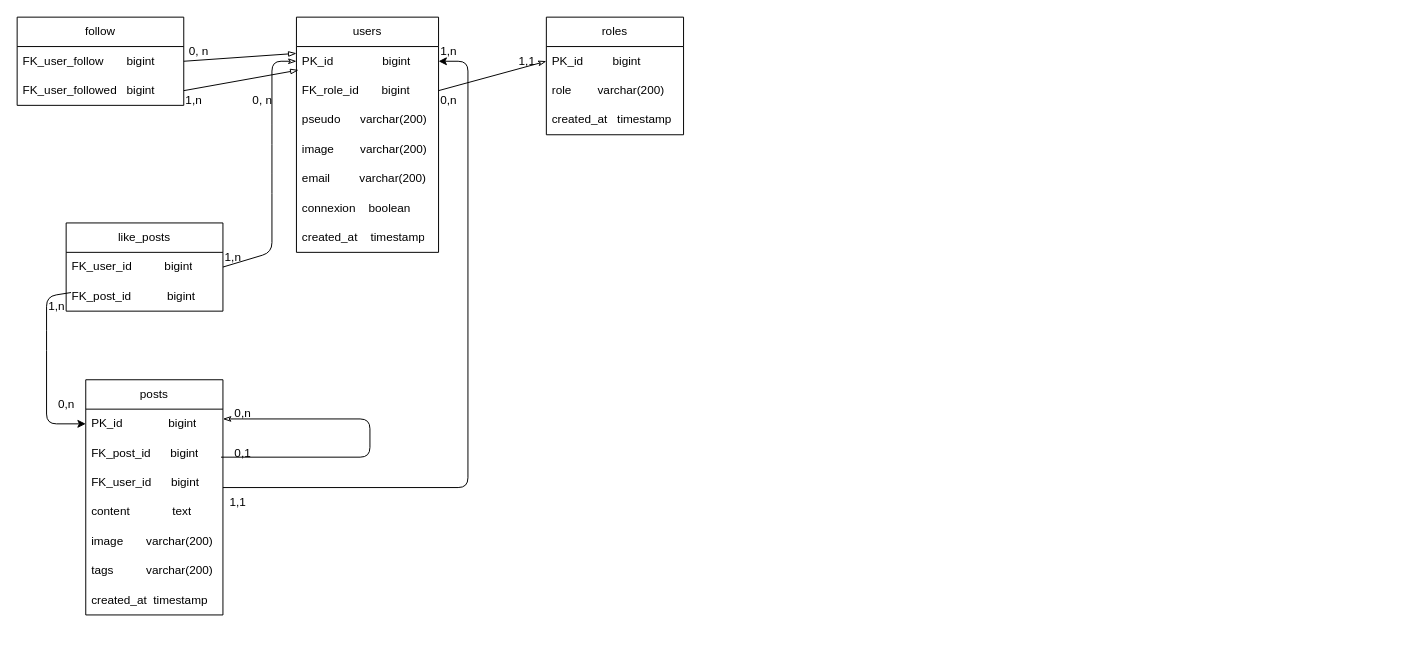
SFaucher26/brief4 keeps this draw.io diagram as MPD.drawio. Above is the earlier version. Source tidied: cells renumbered, new cells numbered last; positions are measured from the earlier drawing's top-left corner, leaving out a move shared by most shapes. Both pictures are drawn from the tidied source at 98%, with x=0, y=0 at pixel (17, 17).
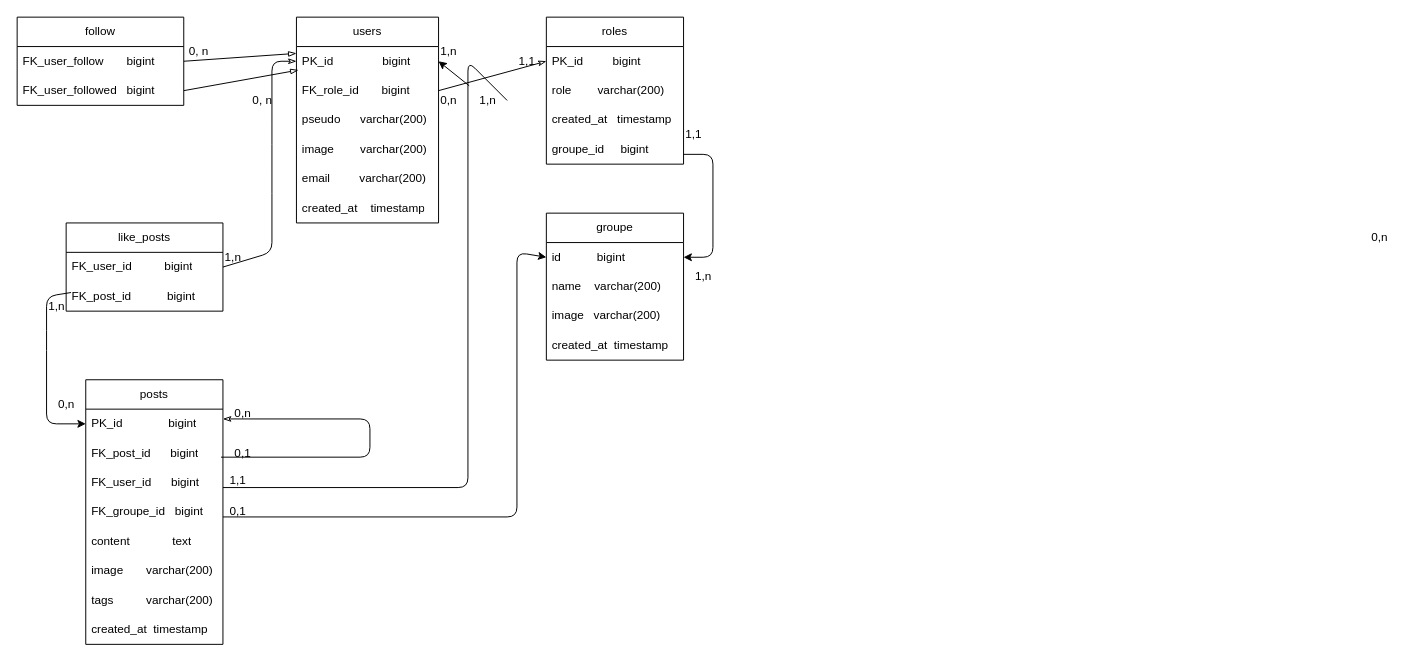
After the change.

Unchanged cells that the change refers to:
```xml
<mxCell id="3" value="PK_id&amp;nbsp; &amp;nbsp; &amp;nbsp; &amp;nbsp; &amp;nbsp; &amp;nbsp; &amp;nbsp; &amp;nbsp;bigint" style="text;strokeColor=none;fillColor=none;align=left;verticalAlign=middle;spacingLeft=4;spacingRight=4;overflow=hidden;points=[[0,0.5],[1,0.5]];portConstraint=eastwest;whiteSpace=wrap;html=1;" parent="2" vertex="1">
  <mxGeometry y="30" width="145" height="30" as="geometry" />
</mxCell>
```

What changed in the source:
```diff
@@
     <mxCell id="2" value="users" style="swimlane;fontStyle=0;horizontal=1;startSize=30;whiteSpace=wrap;html=1;" parent="1" vertex="1">
-      <mxGeometry x="285" width="145" height="240" as="geometry" />
+      <mxGeometry x="285" width="145" height="210" as="geometry" />
     </mxCell>
@@
-    <mxCell id="8" value="connexion&amp;nbsp; &amp;nbsp; boolean" style="text;strokeColor=none;fillColor=none;align=left;verticalAlign=middle;spacingLeft=4;spacingRight=4;overflow=hidden;whiteSpace=wrap;html=1;" parent="2" vertex="1">
-      <mxGeometry y="180" width="145" height="30" as="geometry" />
-    </mxCell>
     <mxCell id="9" value="created_at&amp;nbsp; &amp;nbsp; timestamp" style="text;strokeColor=none;fillColor=none;align=left;verticalAlign=middle;spacingLeft=4;spacingRight=4;overflow=hidden;whiteSpace=wrap;html=1;" parent="2" vertex="1">
-      <mxGeometry y="210" width="145" height="30" as="geometry" />
+      <mxGeometry y="180" width="145" height="30" as="geometry" />
     </mxCell>
     <mxCell id="10" value="posts" style="swimlane;fontStyle=0;horizontal=1;startSize=30;whiteSpace=wrap;html=1;" parent="1" vertex="1">
-      <mxGeometry x="70" y="370" width="140" height="240" as="geometry" />
+      <mxGeometry x="70" y="370" width="140" height="270" as="geometry" />
     </mxCell>
@@
+    <mxCell id="47" value="FK_groupe_id&amp;nbsp; &amp;nbsp;bigint" style="text;strokeColor=none;fillColor=none;align=left;verticalAlign=middle;spacingLeft=4;spacingRight=4;overflow=hidden;whiteSpace=wrap;html=1;" parent="10" vertex="1">
+      <mxGeometry y="120" width="140" height="30" as="geometry" />
+    </mxCell>
     <mxCell id="14" value="content&amp;nbsp; &amp;nbsp; &amp;nbsp; &amp;nbsp; &amp;nbsp; &amp;nbsp; &amp;nbsp;text" style="text;strokeColor=none;fillColor=none;align=left;verticalAlign=middle;spacingLeft=4;spacingRight=4;overflow=hidden;whiteSpace=wrap;html=1;" parent="10" vertex="1">
-      <mxGeometry y="120" width="140" height="30" as="geometry" />
+      <mxGeometry y="150" width="140" height="30" as="geometry" />
     </mxCell>
     <mxCell id="15" value="image&amp;nbsp; &amp;nbsp; &amp;nbsp; &amp;nbsp;varchar(200)" style="text;strokeColor=none;fillColor=none;align=left;verticalAlign=middle;spacingLeft=4;spacingRight=4;overflow=hidden;whiteSpace=wrap;html=1;" parent="10" vertex="1">
-      <mxGeometry y="150" width="140" height="30" as="geometry" />
+      <mxGeometry y="180" width="140" height="30" as="geometry" />
     </mxCell>
     <mxCell id="16" value="tags&amp;nbsp; &amp;nbsp; &amp;nbsp; &amp;nbsp; &amp;nbsp; varchar(200)" style="text;strokeColor=none;fillColor=none;align=left;verticalAlign=middle;spacingLeft=4;spacingRight=4;overflow=hidden;whiteSpace=wrap;html=1;" parent="10" vertex="1">
-      <mxGeometry y="180" width="140" height="30" as="geometry" />
+      <mxGeometry y="210" width="140" height="30" as="geometry" />
     </mxCell>
     <mxCell id="17" value="created_at&amp;nbsp; timestamp" style="text;strokeColor=none;fillColor=none;align=left;verticalAlign=middle;spacingLeft=4;spacingRight=4;overflow=hidden;whiteSpace=wrap;html=1;" parent="10" vertex="1">
-      <mxGeometry y="210" width="140" height="30" as="geometry" />
+      <mxGeometry y="240" width="140" height="30" as="geometry" />
     </mxCell>
     <mxCell id="18" value="roles" style="swimlane;fontStyle=0;horizontal=1;startSize=30;whiteSpace=wrap;html=1;" parent="1" vertex="1">
-      <mxGeometry x="540" width="140" height="120" as="geometry" />
+      <mxGeometry x="540" width="140" height="150" as="geometry" />
     </mxCell>
@@
+    <mxCell id="48" value="groupe_id&amp;nbsp; &amp;nbsp; &amp;nbsp;bigint" style="text;strokeColor=none;fillColor=none;align=left;verticalAlign=middle;spacingLeft=4;spacingRight=4;overflow=hidden;whiteSpace=wrap;html=1;" parent="18" vertex="1">
+      <mxGeometry y="120" width="140" height="30" as="geometry" />
+    </mxCell>
@@
-    <mxCell id="39" value="1,n" style="text;html=1;align=center;verticalAlign=middle;points=[];strokeColor=none;fillColor=none;" parent="1" vertex="1">
-      <mxGeometry x="160" y="70" width="40" height="30" as="geometry" />
-    </mxCell>
@@
-    <mxCell id="44" style="endArrow=classic;html=1;entryX=1;entryY=0.5;entryDx=0;entryDy=0;" parent="1" edge="1" target="3">
-      <mxGeometry relative="1" as="geometry">
-        <mxPoint x="210" y="480" as="sourcePoint" />
-        <Array as="points">
-          <mxPoint x="460" y="480" />
-          <mxPoint x="460" y="45" />
-        </Array>
-      </mxGeometry>
+    <mxCell id="44" style="endArrow=classic;html=1;entryX=1;entryY=0.5;entryDx=0;entryDy=0;startArrow=none;" parent="1" edge="1" source="39" target="3">
+      <mxGeometry relative="1" as="geometry" />
     </mxCell>
     <mxCell id="45" value="1,1" style="text;html=1;align=center;verticalAlign=middle;strokeColor=none;fillColor=none;" parent="1" vertex="1">
-      <mxGeometry x="205" y="480" width="40" height="30" as="geometry" />
+      <mxGeometry x="205" y="458" width="40" height="30" as="geometry" />
     </mxCell>
@@
+    <mxCell id="49" value="groupe" style="swimlane;fontStyle=0;horizontal=1;startSize=30;whiteSpace=wrap;html=1;" parent="1" vertex="1">
+      <mxGeometry x="540" y="200" width="140" height="150" as="geometry" />
+    </mxCell>
+    <mxCell id="50" value="id&amp;nbsp; &amp;nbsp; &amp;nbsp; &amp;nbsp; &amp;nbsp; &amp;nbsp;bigint" style="text;strokeColor=none;fillColor=none;align=left;verticalAlign=middle;spacingLeft=4;spacingRight=4;overflow=hidden;points=[[0,0.5],[1,0.5]];portConstraint=eastwest;whiteSpace=wrap;html=1;" parent="49" vertex="1">
+      <mxGeometry y="30" width="140" height="30" as="geometry" />
+    </mxCell>
+    <mxCell id="51" value="name&amp;nbsp; &amp;nbsp; varchar(200)" style="text;strokeColor=none;fillColor=none;align=left;verticalAlign=middle;spacingLeft=4;spacingRight=4;overflow=hidden;whiteSpace=wrap;html=1;" parent="49" vertex="1">
+      <mxGeometry y="60" width="140" height="30" as="geometry" />
+    </mxCell>
+    <mxCell id="52" value="image&amp;nbsp; &amp;nbsp;varchar(200)" style="text;strokeColor=none;fillColor=none;align=left;verticalAlign=middle;spacingLeft=4;spacingRight=4;overflow=hidden;whiteSpace=wrap;html=1;" parent="49" vertex="1">
+      <mxGeometry y="90" width="140" height="30" as="geometry" />
+    </mxCell>
+    <mxCell id="53" value="created_at&amp;nbsp; timestamp" style="text;strokeColor=none;fillColor=none;align=left;verticalAlign=middle;spacingLeft=4;spacingRight=4;overflow=hidden;whiteSpace=wrap;html=1;" parent="49" vertex="1">
+      <mxGeometry y="120" width="140" height="30" as="geometry" />
+    </mxCell>
+    <mxCell id="54" style="endArrow=classic;html=1;entryX=0;entryY=0.5;entryDx=0;entryDy=0;" parent="1" edge="1" target="50">
+      <mxGeometry relative="1" as="geometry">
+        <mxPoint x="210" y="510" as="sourcePoint" />
+        <Array as="points">
+          <mxPoint x="510" y="510" />
+          <mxPoint x="510" y="240" />
+        </Array>
+      </mxGeometry>
+    </mxCell>
+    <mxCell id="55" value="0,1" style="text;html=1;align=center;verticalAlign=middle;strokeColor=none;fillColor=none;" parent="1" vertex="1">
+      <mxGeometry x="205" y="490" width="40" height="30" as="geometry" />
+    </mxCell>
+    <mxCell id="56" value="0,n" style="text;html=1;align=center;verticalAlign=middle;strokeColor=none;fillColor=none;" parent="1" vertex="1">
+      <mxGeometry x="1370" y="210" width="40" height="30" as="geometry" />
+    </mxCell>
+    <mxCell id="57" style="endArrow=classic;html=1;entryX=1;entryY=0.5;entryDx=0;entryDy=0;" parent="1" edge="1" target="50">
+      <mxGeometry relative="1" as="geometry">
+        <mxPoint x="680" y="140" as="sourcePoint" />
+        <Array as="points">
+          <mxPoint x="710" y="140" />
+          <mxPoint x="710" y="245" />
+        </Array>
+      </mxGeometry>
+    </mxCell>
+    <mxCell id="58" value="1,1" style="text;html=1;align=center;verticalAlign=middle;strokeColor=none;fillColor=none;" parent="1" vertex="1">
+      <mxGeometry x="670" y="105" width="40" height="30" as="geometry" />
+    </mxCell>
+    <mxCell id="59" value="1,n" style="text;html=1;align=center;verticalAlign=middle;strokeColor=none;fillColor=none;" parent="1" vertex="1">
+      <mxGeometry x="680" y="250" width="40" height="30" as="geometry" />
+    </mxCell>
+    <mxCell id="60" style="endArrow=none;html=1;entryX=1;entryY=0.5;entryDx=0;entryDy=0;" parent="1" edge="1" target="39">
+      <mxGeometry relative="1" as="geometry">
+        <mxPoint x="210" y="480" as="sourcePoint" />
+        <Array as="points">
+          <mxPoint x="460" y="480" />
+          <mxPoint x="460" y="45" />
+        </Array>
+      </mxGeometry>
+    </mxCell>
+    <mxCell id="39" value="1,n" style="text;html=1;align=center;verticalAlign=middle;points=[];strokeColor=none;fillColor=none;" parent="1" vertex="1">
+      <mxGeometry x="460" y="70" width="40" height="30" as="geometry" />
+    </mxCell>
```
